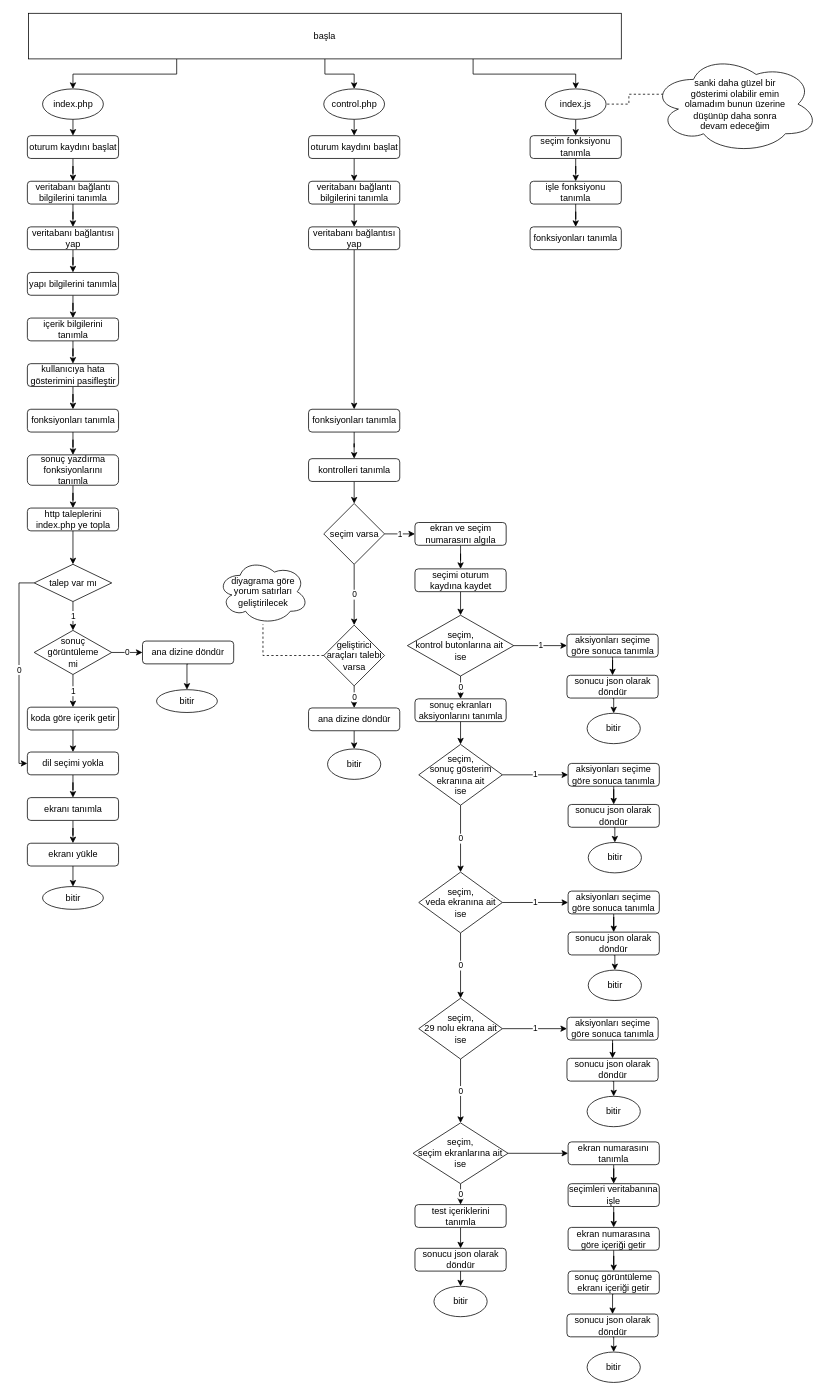
Above: docs/orman.drawio in muaz742/cok-guzel-bir-orman (draw.io), before the change. Source tidied: cells renumbered, new cells numbered last; positions are measured from the earlier drawing's top-left corner, leaving out a move shared by most shapes. Both pictures are drawn from the tidied source at 76%, with x=0, y=0 at pixel (27, 13).
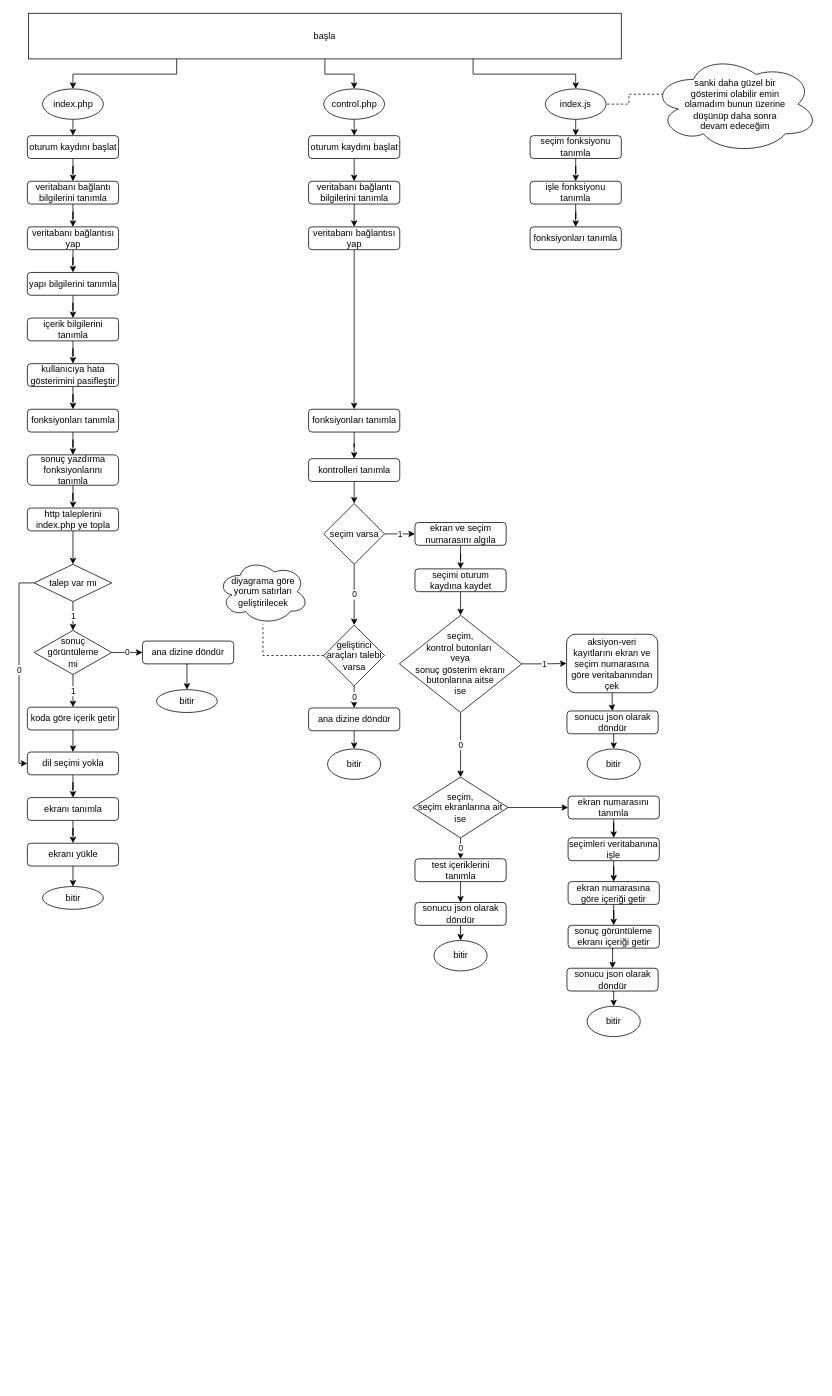
The same diagram, later.

What changed in the source:
```diff
@@
-    <mxCell id="39" style="edgeStyle=orthogonalEdgeStyle;rounded=0;jettySize=auto;html=1;exitX=0.5;exitY=1;exitDx=0;exitDy=0;entryX=0.5;entryY=0;entryDx=0;entryDy=0;endArrow=classic;endFill=1;" parent="1" edge="1" source="40" target="81">
-      <mxGeometry relative="1" as="geometry" />
-    </mxCell>
-    <mxCell id="40" value="sonuç ekranları aksiyonlarını tanımla" style="rounded=1;whiteSpace=wrap;html=1;" parent="1" vertex="1">
-      <mxGeometry x="510.5" y="902" width="120" height="30" as="geometry" />
-    </mxCell>
@@
-    <mxCell id="44" value="aksiyonları seçime göre sonuca tanımla" style="rounded=1;whiteSpace=wrap;html=1;" parent="1" vertex="1">
-      <mxGeometry x="710.5" y="817" width="120" height="30" as="geometry" />
+    <mxCell id="44" value="aksiyon-veri kayıtlarını ekran ve seçim numarasına göre veritabanından çek" style="rounded=1;whiteSpace=wrap;html=1;" parent="1" vertex="1">
+      <mxGeometry x="710" y="817" width="120" height="77" as="geometry" />
     </mxCell>
@@
     <mxCell id="46" value="sonucu json olarak döndür" style="rounded=1;whiteSpace=wrap;html=1;" parent="1" vertex="1">
-      <mxGeometry x="710.5" y="871" width="120" height="30" as="geometry" />
+      <mxGeometry x="710.5" y="918" width="120" height="30" as="geometry" />
     </mxCell>
@@
     <mxCell id="74" value="bitir" style="ellipse;whiteSpace=wrap;html=1;" parent="1" vertex="1">
-      <mxGeometry x="737" y="921" width="70" height="40" as="geometry" />
+      <mxGeometry x="737" y="968" width="70" height="40" as="geometry" />
     </mxCell>
@@
-    <mxCell id="77" value="0" style="edgeStyle=orthogonalEdgeStyle;rounded=0;jettySize=auto;html=1;exitX=0.5;exitY=1;exitDx=0;exitDy=0;entryX=0.5;entryY=0;entryDx=0;entryDy=0;endArrow=classic;endFill=1;" parent="1" edge="1" source="78" target="40">
+    <mxCell id="77" value="0" style="edgeStyle=orthogonalEdgeStyle;rounded=0;jettySize=auto;html=1;exitX=0.5;exitY=1;exitDx=0;exitDy=0;entryX=0.5;entryY=0;entryDx=0;entryDy=0;endArrow=classic;endFill=1;" parent="1" edge="1" source="78" target="95">
       <mxGeometry relative="1" as="geometry" />
     </mxCell>
-    <mxCell id="78" value="seçim,&lt;br&gt;kontrol butonlarına ait&amp;nbsp;&lt;br&gt;ise&lt;br&gt;" style="rhombus;whiteSpace=wrap;html=1;" parent="1" vertex="1">
-      <mxGeometry x="500.5" y="792" width="140" height="80" as="geometry" />
+    <mxCell id="78" value="seçim,&lt;br&gt;kontrol butonları&amp;nbsp;&lt;br&gt;veya&lt;br&gt;sonuç gösterim ekranı butonlarına aitse&lt;br&gt;ise&lt;br&gt;" style="rhombus;whiteSpace=wrap;html=1;" parent="1" vertex="1">
+      <mxGeometry x="490" y="792" width="161" height="128" as="geometry" />
     </mxCell>
-    <mxCell id="79" value="1" style="edgeStyle=orthogonalEdgeStyle;rounded=0;jettySize=auto;html=1;exitX=1;exitY=0.5;exitDx=0;exitDy=0;entryX=0;entryY=0.5;entryDx=0;entryDy=0;endArrow=classic;endFill=1;" parent="1" edge="1" source="81" target="83">
-      <mxGeometry relative="1" as="geometry" />
-    </mxCell>
-    <mxCell id="80" value="0" style="edgeStyle=orthogonalEdgeStyle;rounded=0;jettySize=auto;html=1;exitX=0.5;exitY=1;exitDx=0;exitDy=0;entryX=0.5;entryY=0;entryDx=0;entryDy=0;endArrow=classic;endFill=1;" parent="1" edge="1" source="81" target="89">
-      <mxGeometry relative="1" as="geometry" />
-    </mxCell>
-    <mxCell id="81" value="seçim,&lt;br&gt;sonuç gösterim ekranına ait&lt;br&gt;ise" style="rhombus;whiteSpace=wrap;html=1;" parent="1" vertex="1">
-      <mxGeometry x="515.5" y="962" width="110" height="80" as="geometry" />
-    </mxCell>
-    <mxCell id="82" style="edgeStyle=orthogonalEdgeStyle;rounded=0;jettySize=auto;html=1;endArrow=classic;endFill=1;" parent="1" edge="1" source="83" target="85">
-      <mxGeometry relative="1" as="geometry" />
-    </mxCell>
-    <mxCell id="83" value="aksiyonları seçime göre sonuca tanımla" style="rounded=1;whiteSpace=wrap;html=1;" parent="1" vertex="1">
-      <mxGeometry x="712" y="987" width="120" height="30" as="geometry" />
-    </mxCell>
-    <mxCell id="84" style="edgeStyle=orthogonalEdgeStyle;rounded=0;jettySize=auto;html=1;exitX=0.5;exitY=1;exitDx=0;exitDy=0;entryX=0.5;entryY=0;entryDx=0;entryDy=0;endArrow=classic;endFill=1;" parent="1" edge="1" source="85" target="86">
-      <mxGeometry relative="1" as="geometry" />
-    </mxCell>
-    <mxCell id="85" value="sonucu json olarak döndür" style="rounded=1;whiteSpace=wrap;html=1;" parent="1" vertex="1">
-      <mxGeometry x="712" y="1041" width="120" height="30" as="geometry" />
-    </mxCell>
-    <mxCell id="86" value="bitir" style="ellipse;whiteSpace=wrap;html=1;" parent="1" vertex="1">
-      <mxGeometry x="738.5" y="1091" width="70" height="40" as="geometry" />
-    </mxCell>
-    <mxCell id="87" value="1" style="edgeStyle=orthogonalEdgeStyle;rounded=0;jettySize=auto;html=1;exitX=1;exitY=0.5;exitDx=0;exitDy=0;entryX=0;entryY=0.5;entryDx=0;entryDy=0;endArrow=classic;endFill=1;" parent="1" edge="1" source="89" target="97">
-      <mxGeometry relative="1" as="geometry" />
-    </mxCell>
-    <mxCell id="88" value="0" style="edgeStyle=orthogonalEdgeStyle;rounded=0;jettySize=auto;html=1;endArrow=classic;endFill=1;" parent="1" edge="1" source="89" target="92">
-      <mxGeometry relative="1" as="geometry" />
-    </mxCell>
-    <mxCell id="89" value="seçim,&lt;br&gt;veda ekranına ait&lt;br&gt;ise&lt;br&gt;" style="rhombus;whiteSpace=wrap;html=1;" parent="1" vertex="1">
-      <mxGeometry x="515.5" y="1130" width="110" height="80" as="geometry" />
-    </mxCell>
-    <mxCell id="90" value="1" style="edgeStyle=orthogonalEdgeStyle;rounded=0;jettySize=auto;html=1;exitX=1;exitY=0.5;exitDx=0;exitDy=0;entryX=0;entryY=0.5;entryDx=0;entryDy=0;endArrow=classic;endFill=1;" parent="1" edge="1" source="92" target="102">
-      <mxGeometry relative="1" as="geometry" />
-    </mxCell>
-    <mxCell id="91" value="0" style="edgeStyle=orthogonalEdgeStyle;rounded=0;jettySize=auto;html=1;endArrow=classic;endFill=1;" parent="1" edge="1" source="92" target="95">
-      <mxGeometry relative="1" as="geometry" />
-    </mxCell>
-    <mxCell id="92" value="seçim,&lt;br&gt;29 nolu ekrana ait&lt;br&gt;ise&lt;br&gt;" style="rhombus;whiteSpace=wrap;html=1;" parent="1" vertex="1">
-      <mxGeometry x="515.5" y="1296" width="110" height="80" as="geometry" />
-    </mxCell>
@@
     <mxCell id="95" value="seçim,&lt;br&gt;seçim ekranlarına ait&lt;br&gt;ise&lt;br&gt;" style="rhombus;whiteSpace=wrap;html=1;" parent="1" vertex="1">
-      <mxGeometry x="508" y="1460" width="125" height="80" as="geometry" />
+      <mxGeometry x="508" y="1005" width="125" height="80" as="geometry" />
     </mxCell>
-    <mxCell id="96" style="edgeStyle=orthogonalEdgeStyle;rounded=0;jettySize=auto;html=1;endArrow=classic;endFill=1;" parent="1" edge="1" source="97" target="99">
-      <mxGeometry relative="1" as="geometry" />
-    </mxCell>
-    <mxCell id="97" value="aksiyonları seçime göre sonuca tanımla" style="rounded=1;whiteSpace=wrap;html=1;" parent="1" vertex="1">
-      <mxGeometry x="712" y="1155" width="120" height="30" as="geometry" />
-    </mxCell>
-    <mxCell id="98" style="edgeStyle=orthogonalEdgeStyle;rounded=0;jettySize=auto;html=1;exitX=0.5;exitY=1;exitDx=0;exitDy=0;entryX=0.5;entryY=0;entryDx=0;entryDy=0;endArrow=classic;endFill=1;" parent="1" edge="1" source="99" target="100">
-      <mxGeometry relative="1" as="geometry" />
-    </mxCell>
-    <mxCell id="99" value="sonucu json olarak döndür" style="rounded=1;whiteSpace=wrap;html=1;" parent="1" vertex="1">
-      <mxGeometry x="712" y="1209" width="120" height="30" as="geometry" />
-    </mxCell>
-    <mxCell id="100" value="bitir" style="ellipse;whiteSpace=wrap;html=1;" parent="1" vertex="1">
-      <mxGeometry x="738.5" y="1259" width="70" height="40" as="geometry" />
-    </mxCell>
-    <mxCell id="101" style="edgeStyle=orthogonalEdgeStyle;rounded=0;jettySize=auto;html=1;endArrow=classic;endFill=1;" parent="1" edge="1" source="102" target="104">
-      <mxGeometry relative="1" as="geometry" />
-    </mxCell>
-    <mxCell id="102" value="aksiyonları seçime göre sonuca tanımla" style="rounded=1;whiteSpace=wrap;html=1;" parent="1" vertex="1">
-      <mxGeometry x="710.5" y="1321" width="120" height="30" as="geometry" />
-    </mxCell>
-    <mxCell id="103" style="edgeStyle=orthogonalEdgeStyle;rounded=0;jettySize=auto;html=1;exitX=0.5;exitY=1;exitDx=0;exitDy=0;entryX=0.5;entryY=0;entryDx=0;entryDy=0;endArrow=classic;endFill=1;" parent="1" edge="1" source="104" target="115">
-      <mxGeometry relative="1" as="geometry" />
-    </mxCell>
-    <mxCell id="104" value="sonucu json olarak döndür" style="rounded=1;whiteSpace=wrap;html=1;" parent="1" vertex="1">
-      <mxGeometry x="710.5" y="1375" width="120" height="30" as="geometry" />
-    </mxCell>
@@
     <mxCell id="106" value="test içeriklerini tanımla" style="rounded=1;whiteSpace=wrap;html=1;" parent="1" vertex="1">
-      <mxGeometry x="510.5" y="1567.5" width="120" height="30" as="geometry" />
+      <mxGeometry x="510.5" y="1112.5" width="120" height="30" as="geometry" />
     </mxCell>
@@
     <mxCell id="108" value="ekran numarasını tanımla" style="rounded=1;whiteSpace=wrap;html=1;" parent="1" vertex="1">
-      <mxGeometry x="712" y="1485" width="120" height="30" as="geometry" />
+      <mxGeometry x="712" y="1030" width="120" height="30" as="geometry" />
     </mxCell>
@@
     <mxCell id="110" value="seçimleri veritabanına işle" style="rounded=1;whiteSpace=wrap;html=1;" parent="1" vertex="1">
-      <mxGeometry x="712" y="1540" width="120" height="30" as="geometry" />
+      <mxGeometry x="712" y="1085" width="120" height="30" as="geometry" />
     </mxCell>
@@
     <mxCell id="112" value="ekran numarasına göre içeriği getir" style="rounded=1;whiteSpace=wrap;html=1;" parent="1" vertex="1">
-      <mxGeometry x="712" y="1597.5" width="120" height="30" as="geometry" />
+      <mxGeometry x="712" y="1142.5" width="120" height="30" as="geometry" />
     </mxCell>
@@
     <mxCell id="114" value="sonuç görüntüleme ekranı içeriği getir" style="rounded=1;whiteSpace=wrap;html=1;" parent="1" vertex="1">
-      <mxGeometry x="712" y="1655" width="120" height="30" as="geometry" />
+      <mxGeometry x="712" y="1200" width="120" height="30" as="geometry" />
     </mxCell>
-    <mxCell id="115" value="bitir" style="ellipse;whiteSpace=wrap;html=1;" parent="1" vertex="1">
-      <mxGeometry x="737" y="1425" width="70" height="40" as="geometry" />
-    </mxCell>
@@
     <mxCell id="117" value="sonucu json olarak döndür" style="rounded=1;whiteSpace=wrap;html=1;" parent="1" vertex="1">
-      <mxGeometry x="510.5" y="1625" width="120" height="30" as="geometry" />
+      <mxGeometry x="510.5" y="1170" width="120" height="30" as="geometry" />
     </mxCell>
     <mxCell id="118" value="bitir" style="ellipse;whiteSpace=wrap;html=1;" parent="1" vertex="1">
-      <mxGeometry x="535.5" y="1675" width="70" height="40" as="geometry" />
+      <mxGeometry x="535.5" y="1220" width="70" height="40" as="geometry" />
     </mxCell>
@@
     <mxCell id="120" value="sonucu json olarak döndür" style="rounded=1;whiteSpace=wrap;html=1;" parent="1" vertex="1">
-      <mxGeometry x="710.5" y="1711.5" width="120" height="30" as="geometry" />
+      <mxGeometry x="710.5" y="1256.5" width="120" height="30" as="geometry" />
     </mxCell>
     <mxCell id="121" value="bitir" style="ellipse;whiteSpace=wrap;html=1;" parent="1" vertex="1">
-      <mxGeometry x="737" y="1761.5" width="70" height="40" as="geometry" />
+      <mxGeometry x="737" y="1306.5" width="70" height="40" as="geometry" />
     </mxCell>
```
